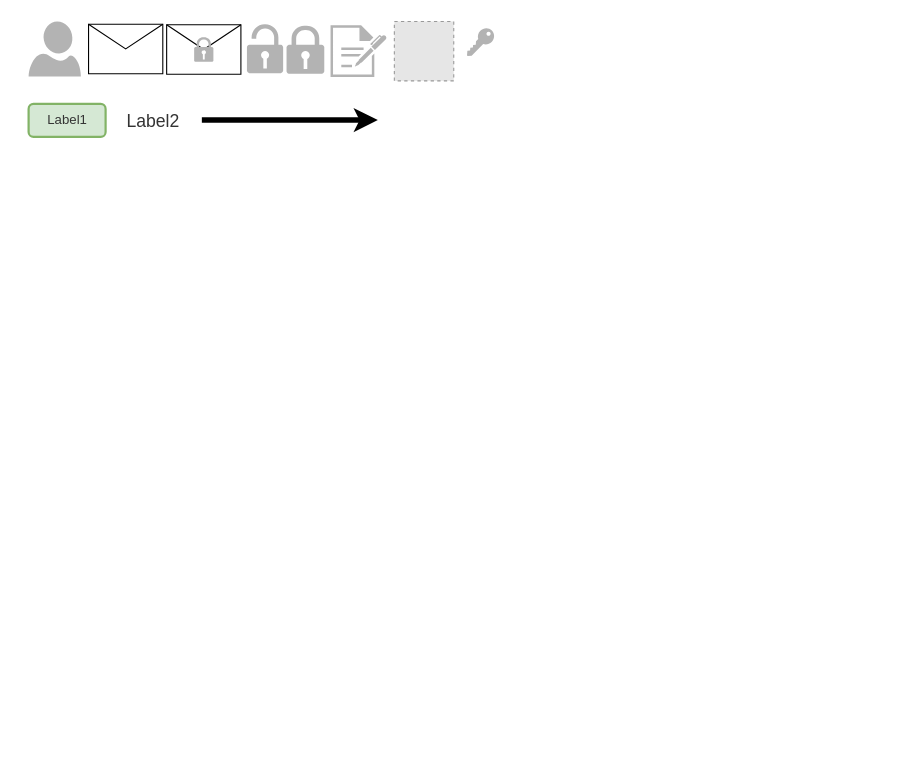
Before: page "encrypt-then-sign" (1 of 2) of sign-then-encrypt_scheme.drawio in eraldss1/diagram-signcryption, a draw.io diagram. Source tidied: cells renumbered, new cells numbered last; positions are measured from the earlier drawing's top-left corner, leaving out a move shared by most shapes. Both pictures are drawn from the tidied source at 110%, with x=0, y=0 at pixel (28, 21). Pictures stored in the file or linked from it are replaced by grey dashed boxes.
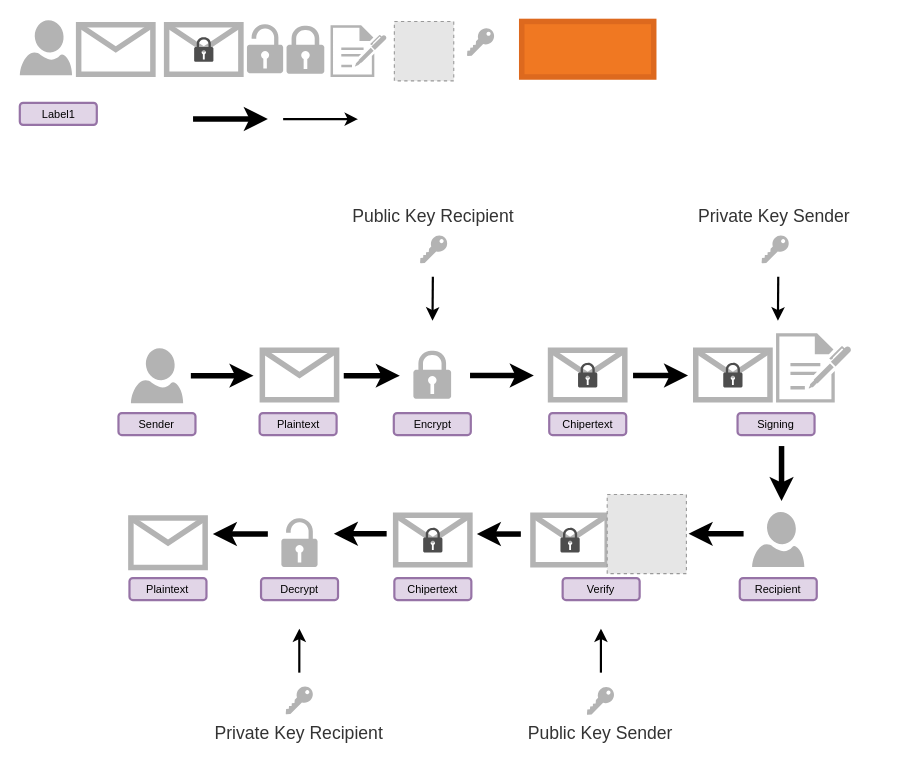
The same diagram, later.

The edit, as a diff of the source:
```diff
@@
-    <mxCell id="2" style="shape=message;html=1;whiteSpace=wrap;html=1;" parent="1" vertex="1">
-      <mxGeometry x="55" y="2.5" width="67.5" height="45" as="geometry" />
-    </mxCell>
+    <mxCell id="15" style="rounded=0;whiteSpace=wrap;html=1;shadow=0;glass=0;labelBorderColor=none;sketch=0;fontSize=10;strokeWidth=5;strokeColor=none;" parent="1" vertex="1">
+      <mxGeometry x="57.2" y="152" width="730.8" height="520" as="geometry" />
+    </mxCell>
     <mxCell id="3" style="verticalLabelPosition=bottom;html=1;verticalAlign=top;align=center;strokeColor=none;fillColor=#B3B3B3;shape=mxgraph.azure.user;" parent="1" vertex="1">
-      <mxGeometry x="0.5" width="47.5" height="50" as="geometry" />
+      <mxGeometry x="-7.5" y="-1" width="47.5" height="50" as="geometry" />
     </mxCell>
-    <mxCell id="4" value="Label1" style="text;html=1;strokeColor=#82b366;fillColor=#d5e8d4;align=center;verticalAlign=middle;whiteSpace=wrap;rounded=1;shadow=0;glass=0;sketch=0;strokeWidth=2;fontColor=#333333;" parent="1" vertex="1">
-      <mxGeometry x="0.5" y="75" width="70" height="30" as="geometry" />
+    <mxCell id="4" value="Label1" style="text;html=1;strokeColor=#9673a6;fillColor=#e1d5e7;align=center;verticalAlign=middle;whiteSpace=wrap;rounded=1;shadow=0;glass=0;sketch=0;strokeWidth=2;fontSize=10;" parent="1" vertex="1">
+      <mxGeometry x="-7.5" y="74" width="70" height="20" as="geometry" />
     </mxCell>
@@
-    <mxCell id="9" style="edgeStyle=segmentEdgeStyle;endArrow=classic;html=1;startSize=6;strokeWidth=5;curved=1;targetPerimeterSpacing=0;" parent="1" edge="1">
+    <mxCell id="9" style="edgeStyle=segmentEdgeStyle;endArrow=classic;html=1;startSize=6;strokeWidth=5;targetPerimeterSpacing=0;rounded=0;" parent="1" edge="1">
       <mxGeometry relative="1" as="geometry">
-        <mxPoint x="158" y="89.7" as="sourcePoint" />
-        <mxPoint x="318" y="89.7" as="targetPoint" />
+        <mxPoint x="150" y="88.7" as="sourcePoint" />
+        <mxPoint x="218" y="89" as="targetPoint" />
       </mxGeometry>
     </mxCell>
-    <mxCell id="10" value="Label2" style="text;html=1;strokeColor=none;fillColor=none;align=center;verticalAlign=middle;whiteSpace=wrap;rounded=0;shadow=0;glass=0;labelBorderColor=none;sketch=0;fontColor=#333333;fontSize=16;" parent="1" vertex="1">
-      <mxGeometry x="84" y="75" width="60" height="30" as="geometry" />
-    </mxCell>
@@
-    <mxCell id="12" style="group;" parent="1" vertex="1">
-      <mxGeometry x="126" y="3" width="67.5" height="45" as="geometry" />
-    </mxCell>
+    <mxCell id="16" style="verticalLabelPosition=bottom;html=1;verticalAlign=top;align=center;strokeColor=none;fillColor=#B3B3B3;shape=mxgraph.azure.user;" parent="1" vertex="1">
+      <mxGeometry x="93.5" y="297" width="47.5" height="50" as="geometry" />
+    </mxCell>
+    <mxCell id="17" style="shape=message;html=1;whiteSpace=wrap;html=1;strokeColor=#B3B3B3;strokeWidth=5;" parent="1" vertex="1">
+      <mxGeometry x="213" y="299" width="67.5" height="45" as="geometry" />
+    </mxCell>
+    <mxCell id="18" style="sketch=0;shadow=0;dashed=0;html=1;strokeColor=none;labelPosition=center;verticalLabelPosition=bottom;verticalAlign=top;align=center;fillColor=#B3B3B3;shape=mxgraph.mscae.enterprise.lock;" parent="1" vertex="1">
+      <mxGeometry x="350.3" y="299" width="34.3" height="44" as="geometry" />
+    </mxCell>
+    <mxCell id="19" style="sketch=0;shadow=0;dashed=0;html=1;strokeColor=none;fillColor=#B3B3B3;labelPosition=center;verticalLabelPosition=bottom;verticalAlign=top;align=center;shape=mxgraph.office.concepts.sign_up;" parent="1" vertex="1">
+      <mxGeometry x="680" y="283.5" width="68.4" height="63" as="geometry" />
+    </mxCell>
+    <mxCell id="20" style="shape=message;html=1;whiteSpace=wrap;html=1;strokeColor=#B3B3B3;strokeWidth=5;" parent="1" vertex="1">
+      <mxGeometry x="46" y="3" width="67.5" height="45" as="geometry" />
+    </mxCell>
+    <mxCell id="21" style="group;" parent="1" vertex="1">
+      <mxGeometry x="126" y="3" width="67.5" height="45" as="geometry" />
+    </mxCell>
-    <mxCell id="13" style="shape=message;html=1;whiteSpace=wrap;html=1;" parent="12" vertex="1">
+    <mxCell id="13" style="shape=message;html=1;whiteSpace=wrap;html=1;strokeWidth=5;strokeColor=#B3B3B3;" parent="21" vertex="1">
       <mxGeometry width="67.5" height="45" as="geometry" />
     </mxCell>
-    <mxCell id="14" style="sketch=0;shadow=0;dashed=0;html=1;strokeColor=none;labelPosition=center;verticalLabelPosition=bottom;verticalAlign=top;align=center;fillColor=#B3B3B3;shape=mxgraph.mscae.enterprise.lock;" parent="12" vertex="1">
+    <mxCell id="14" style="sketch=0;shadow=0;dashed=0;html=1;strokeColor=none;labelPosition=center;verticalLabelPosition=bottom;verticalAlign=top;align=center;fillColor=#4D4D4D;shape=mxgraph.mscae.enterprise.lock;" parent="21" vertex="1">
       <mxGeometry x="25" y="11.2" width="17.5" height="22.5" as="geometry" />
     </mxCell>
+    <mxCell id="22" style="group;" parent="1" vertex="1">
+      <mxGeometry x="475" y="299" width="67.5" height="45" as="geometry" />
+    </mxCell>
+    <mxCell id="23" style="shape=message;html=1;whiteSpace=wrap;html=1;strokeWidth=5;strokeColor=#B3B3B3;" parent="22" vertex="1">
+      <mxGeometry width="67.5" height="45" as="geometry" />
+    </mxCell>
+    <mxCell id="24" style="sketch=0;shadow=0;dashed=0;html=1;strokeColor=none;labelPosition=center;verticalLabelPosition=bottom;verticalAlign=top;align=center;fillColor=#4D4D4D;shape=mxgraph.mscae.enterprise.lock;" parent="22" vertex="1">
+      <mxGeometry x="25" y="11.2" width="17.5" height="22.5" as="geometry" />
+    </mxCell>
+    <mxCell id="25" value="Sender" style="text;html=1;strokeColor=#9673a6;fillColor=#e1d5e7;align=center;verticalAlign=middle;whiteSpace=wrap;rounded=1;shadow=0;glass=0;sketch=0;strokeWidth=2;fontSize=10;" parent="1" vertex="1">
+      <mxGeometry x="82.2" y="356" width="70" height="20" as="geometry" />
+    </mxCell>
+    <mxCell id="26" value="Plaintext" style="text;html=1;strokeColor=#9673a6;fillColor=#e1d5e7;align=center;verticalAlign=middle;whiteSpace=wrap;rounded=1;shadow=0;glass=0;sketch=0;strokeWidth=2;fontSize=10;" parent="1" vertex="1">
+      <mxGeometry x="210.5" y="356" width="70" height="20" as="geometry" />
+    </mxCell>
+    <mxCell id="27" value="Encrypt" style="text;html=1;strokeColor=#9673a6;fillColor=#e1d5e7;align=center;verticalAlign=middle;whiteSpace=wrap;rounded=1;shadow=0;glass=0;sketch=0;strokeWidth=2;fontSize=10;" parent="1" vertex="1">
+      <mxGeometry x="332.5" y="356" width="70" height="20" as="geometry" />
+    </mxCell>
+    <mxCell id="28" value="Chipertext" style="text;html=1;strokeColor=#9673a6;fillColor=#e1d5e7;align=center;verticalAlign=middle;whiteSpace=wrap;rounded=1;shadow=0;glass=0;sketch=0;strokeWidth=2;fontSize=10;" parent="1" vertex="1">
+      <mxGeometry x="473.8" y="356" width="70" height="20" as="geometry" />
+    </mxCell>
+    <mxCell id="29" style="group;" parent="1" vertex="1">
+      <mxGeometry x="607" y="299" width="67.5" height="45" as="geometry" />
+    </mxCell>
+    <mxCell id="30" style="shape=message;html=1;whiteSpace=wrap;html=1;strokeWidth=5;strokeColor=#B3B3B3;" parent="29" vertex="1">
+      <mxGeometry width="67.5" height="45" as="geometry" />
+    </mxCell>
+    <mxCell id="31" style="sketch=0;shadow=0;dashed=0;html=1;strokeColor=none;labelPosition=center;verticalLabelPosition=bottom;verticalAlign=top;align=center;fillColor=#4D4D4D;shape=mxgraph.mscae.enterprise.lock;" parent="29" vertex="1">
+      <mxGeometry x="25" y="11.2" width="17.5" height="22.5" as="geometry" />
+    </mxCell>
+    <mxCell id="32" value="Signing" style="text;html=1;strokeColor=#9673a6;fillColor=#e1d5e7;align=center;verticalAlign=middle;whiteSpace=wrap;rounded=1;shadow=0;glass=0;sketch=0;strokeWidth=2;fontSize=10;" parent="1" vertex="1">
+      <mxGeometry x="645" y="356" width="70" height="20" as="geometry" />
+    </mxCell>
+    <mxCell id="33" style="verticalLabelPosition=bottom;html=1;verticalAlign=top;align=center;strokeColor=none;fillColor=#B3B3B3;shape=mxgraph.azure.user;" parent="1" vertex="1">
+      <mxGeometry x="658.2" y="446" width="47.5" height="50" as="geometry" />
+    </mxCell>
+    <mxCell id="34" style="group;" parent="1" vertex="1">
+      <mxGeometry x="459" y="449" width="67.5" height="45" as="geometry" />
+    </mxCell>
+    <mxCell id="35" style="shape=message;html=1;whiteSpace=wrap;html=1;strokeWidth=5;strokeColor=#B3B3B3;" parent="34" vertex="1">
+      <mxGeometry width="67.5" height="45" as="geometry" />
+    </mxCell>
+    <mxCell id="36" style="sketch=0;shadow=0;dashed=0;html=1;strokeColor=none;labelPosition=center;verticalLabelPosition=bottom;verticalAlign=top;align=center;fillColor=#4D4D4D;shape=mxgraph.mscae.enterprise.lock;" parent="34" vertex="1">
+      <mxGeometry x="25" y="11.2" width="17.5" height="22.5" as="geometry" />
+    </mxCell>
+    <mxCell id="37" style="fillColor=#E6E6E6;strokeColor=#999999;dashed=1;verticalLabelPosition=bottom;verticalAlign=top;" parent="1" vertex="1">
+      <mxGeometry x="526.5" y="430" width="72" height="72" as="geometry" />
+    </mxCell>
+    <mxCell id="38" style="group;" parent="1" vertex="1">
+      <mxGeometry x="334.2" y="449" width="67.5" height="45" as="geometry" />
+    </mxCell>
+    <mxCell id="39" style="shape=message;html=1;whiteSpace=wrap;html=1;strokeWidth=5;strokeColor=#B3B3B3;" parent="38" vertex="1">
+      <mxGeometry width="67.5" height="45" as="geometry" />
+    </mxCell>
+    <mxCell id="40" style="sketch=0;shadow=0;dashed=0;html=1;strokeColor=none;labelPosition=center;verticalLabelPosition=bottom;verticalAlign=top;align=center;fillColor=#4D4D4D;shape=mxgraph.mscae.enterprise.lock;" parent="38" vertex="1">
+      <mxGeometry x="25" y="11.2" width="17.5" height="22.5" as="geometry" />
+    </mxCell>
+    <mxCell id="41" value="Verify" style="text;html=1;strokeColor=#9673a6;fillColor=#e1d5e7;align=center;verticalAlign=middle;whiteSpace=wrap;rounded=1;shadow=0;glass=0;sketch=0;strokeWidth=2;fontSize=10;" parent="1" vertex="1">
+      <mxGeometry x="486" y="506" width="70" height="20" as="geometry" />
+    </mxCell>
+    <mxCell id="42" style="sketch=0;shadow=0;dashed=0;html=1;strokeColor=none;labelPosition=center;verticalLabelPosition=bottom;verticalAlign=top;align=center;fillColor=#B3B3B3;shape=mxgraph.mscae.enterprise.lock_unlocked;" parent="1" vertex="1">
+      <mxGeometry x="230.3" y="451.5" width="32.9" height="44.5" as="geometry" />
+    </mxCell>
+    <mxCell id="43" style="shape=message;html=1;whiteSpace=wrap;html=1;strokeColor=#B3B3B3;strokeWidth=5;" parent="1" vertex="1">
+      <mxGeometry x="93.5" y="451.5" width="67.5" height="45" as="geometry" />
+    </mxCell>
+    <mxCell id="44" value="Recipient" style="text;html=1;strokeColor=#9673a6;fillColor=#e1d5e7;align=center;verticalAlign=middle;whiteSpace=wrap;rounded=1;shadow=0;glass=0;sketch=0;strokeWidth=2;fontSize=10;" parent="1" vertex="1">
+      <mxGeometry x="647" y="506" width="70" height="20" as="geometry" />
+    </mxCell>
+    <mxCell id="45" value="Chipertext" style="text;html=1;strokeColor=#9673a6;fillColor=#e1d5e7;align=center;verticalAlign=middle;whiteSpace=wrap;rounded=1;shadow=0;glass=0;sketch=0;strokeWidth=2;fontSize=10;" parent="1" vertex="1">
+      <mxGeometry x="333" y="506" width="70" height="20" as="geometry" />
+    </mxCell>
+    <mxCell id="46" value="Decrypt" style="text;html=1;strokeColor=#9673a6;fillColor=#e1d5e7;align=center;verticalAlign=middle;whiteSpace=wrap;rounded=1;shadow=0;glass=0;sketch=0;strokeWidth=2;fontSize=10;" parent="1" vertex="1">
+      <mxGeometry x="211.8" y="506" width="70" height="20" as="geometry" />
+    </mxCell>
+    <mxCell id="47" value="Plaintext" style="text;html=1;strokeColor=#9673a6;fillColor=#e1d5e7;align=center;verticalAlign=middle;whiteSpace=wrap;rounded=1;shadow=0;glass=0;sketch=0;strokeWidth=2;fontSize=10;" parent="1" vertex="1">
+      <mxGeometry x="92.2" y="506" width="70" height="20" as="geometry" />
+    </mxCell>
+    <mxCell id="48" style="edgeStyle=segmentEdgeStyle;endArrow=classic;html=1;startSize=6;strokeWidth=5;targetPerimeterSpacing=0;rounded=0;strokeColor=default;" parent="1" edge="1">
+      <mxGeometry relative="1" as="geometry">
+        <mxPoint x="148" y="322" as="sourcePoint" />
+        <mxPoint x="205" y="322" as="targetPoint" />
+      </mxGeometry>
+    </mxCell>
+    <mxCell id="49" style="edgeStyle=segmentEdgeStyle;endArrow=classic;html=1;startSize=6;strokeWidth=5;targetPerimeterSpacing=0;rounded=0;strokeColor=default;" parent="1" edge="1">
+      <mxGeometry relative="1" as="geometry">
+        <mxPoint x="287" y="322" as="sourcePoint" />
+        <mxPoint x="338" y="322" as="targetPoint" />
+      </mxGeometry>
+    </mxCell>
+    <mxCell id="50" style="edgeStyle=segmentEdgeStyle;endArrow=classic;html=1;startSize=6;strokeWidth=5;targetPerimeterSpacing=0;rounded=0;strokeColor=default;" parent="1" edge="1">
+      <mxGeometry relative="1" as="geometry">
+        <mxPoint x="401.8" y="321.8" as="sourcePoint" />
+        <mxPoint x="459.8" y="321.8" as="targetPoint" />
+      </mxGeometry>
+    </mxCell>
+    <mxCell id="51" style="edgeStyle=segmentEdgeStyle;endArrow=classic;html=1;startSize=6;strokeWidth=5;targetPerimeterSpacing=0;rounded=0;strokeColor=default;" parent="1" edge="1">
+      <mxGeometry relative="1" as="geometry">
+        <mxPoint x="550" y="321.9" as="sourcePoint" />
+        <mxPoint x="600" y="321.9" as="targetPoint" />
+      </mxGeometry>
+    </mxCell>
+    <mxCell id="52" style="edgeStyle=segmentEdgeStyle;endArrow=classic;html=1;startSize=6;strokeWidth=5;targetPerimeterSpacing=0;rounded=0;strokeColor=default;" parent="1" edge="1">
+      <mxGeometry relative="1" as="geometry">
+        <mxPoint x="685" y="386" as="sourcePoint" />
+        <mxPoint x="685" y="436" as="targetPoint" />
+      </mxGeometry>
+    </mxCell>
+    <mxCell id="53" style="edgeStyle=segmentEdgeStyle;endArrow=classic;html=1;startSize=6;strokeWidth=5;targetPerimeterSpacing=0;rounded=0;strokeColor=default;" parent="1" edge="1">
+      <mxGeometry relative="1" as="geometry">
+        <mxPoint x="650.5" y="465.8" as="sourcePoint" />
+        <mxPoint x="600.5" y="465.8" as="targetPoint" />
+      </mxGeometry>
+    </mxCell>
+    <mxCell id="54" style="edgeStyle=segmentEdgeStyle;endArrow=classic;html=1;startSize=6;strokeWidth=5;targetPerimeterSpacing=0;rounded=0;strokeColor=default;" parent="1" edge="1">
+      <mxGeometry relative="1" as="geometry">
+        <mxPoint x="448" y="466" as="sourcePoint" />
+        <mxPoint x="408" y="466.3" as="targetPoint" />
+      </mxGeometry>
+    </mxCell>
+    <mxCell id="55" style="edgeStyle=segmentEdgeStyle;endArrow=classic;html=1;startSize=6;strokeWidth=5;targetPerimeterSpacing=0;rounded=0;strokeColor=default;" parent="1" edge="1">
+      <mxGeometry relative="1" as="geometry">
+        <mxPoint x="326" y="465.7" as="sourcePoint" />
+        <mxPoint x="278" y="466" as="targetPoint" />
+      </mxGeometry>
+    </mxCell>
+    <mxCell id="56" style="edgeStyle=segmentEdgeStyle;endArrow=classic;html=1;startSize=6;strokeWidth=5;targetPerimeterSpacing=0;rounded=0;strokeColor=default;" parent="1" edge="1">
+      <mxGeometry relative="1" as="geometry">
+        <mxPoint x="218" y="466" as="sourcePoint" />
+        <mxPoint x="168" y="466" as="targetPoint" />
+      </mxGeometry>
+    </mxCell>
+    <mxCell id="57" style="rounded=0;whiteSpace=wrap;html=1;shadow=0;glass=0;labelBorderColor=none;sketch=0;fontSize=10;fontColor=#333333;strokeColor=#DD691E;strokeWidth=5;fillColor=#F07822;gradientColor=none;" parent="1" vertex="1">
+      <mxGeometry x="448.8" width="120" height="50.5" as="geometry" />
+    </mxCell>
+    <mxCell id="58" style="edgeStyle=segmentEdgeStyle;endArrow=classic;html=1;startSize=6;strokeWidth=2;targetPerimeterSpacing=0;rounded=0;" parent="1" edge="1">
+      <mxGeometry relative="1" as="geometry">
+        <mxPoint x="231.9" y="88.8" as="sourcePoint" />
+        <mxPoint x="299.9" y="89.1" as="targetPoint" />
+      </mxGeometry>
+    </mxCell>
+    <mxCell id="59" style="edgeStyle=segmentEdgeStyle;endArrow=classic;html=1;startSize=6;strokeWidth=2;targetPerimeterSpacing=0;rounded=0;" parent="1" edge="1">
+      <mxGeometry relative="1" as="geometry">
+        <mxPoint x="368" y="232" as="sourcePoint" />
+        <mxPoint x="367.7" y="272" as="targetPoint" />
+      </mxGeometry>
+    </mxCell>
+    <mxCell id="60" style="edgeStyle=segmentEdgeStyle;endArrow=classic;html=1;startSize=6;strokeWidth=2;targetPerimeterSpacing=0;rounded=0;" parent="1" edge="1">
+      <mxGeometry relative="1" as="geometry">
+        <mxPoint x="682" y="232" as="sourcePoint" />
+        <mxPoint x="681.7" y="272" as="targetPoint" />
+      </mxGeometry>
+    </mxCell>
+    <mxCell id="61" style="edgeStyle=segmentEdgeStyle;endArrow=classic;html=1;startSize=6;strokeWidth=2;targetPerimeterSpacing=0;rounded=0;" parent="1" edge="1">
+      <mxGeometry relative="1" as="geometry">
+        <mxPoint x="246.6" y="592" as="sourcePoint" />
+        <mxPoint x="246.6" y="552" as="targetPoint" />
+      </mxGeometry>
+    </mxCell>
+    <mxCell id="62" style="edgeStyle=segmentEdgeStyle;endArrow=classic;html=1;startSize=6;strokeWidth=2;targetPerimeterSpacing=0;rounded=0;" parent="1" edge="1">
+      <mxGeometry relative="1" as="geometry">
+        <mxPoint x="520.8" y="592" as="sourcePoint" />
+        <mxPoint x="520.8" y="552" as="targetPoint" />
+      </mxGeometry>
+    </mxCell>
+    <mxCell id="63" style="group;" parent="1" vertex="1">
+      <mxGeometry x="257.5" y="162" width="221" height="62.6" as="geometry" />
+    </mxCell>
+    <mxCell id="10" value="Public Key Recipient" style="text;html=1;strokeColor=none;fillColor=none;align=center;verticalAlign=middle;whiteSpace=wrap;rounded=0;shadow=0;glass=0;labelBorderColor=none;sketch=0;fontColor=#333333;fontSize=16;" parent="63" vertex="1">
+      <mxGeometry width="221" height="30" as="geometry" />
+    </mxCell>
+    <mxCell id="64" style="verticalLabelPosition=bottom;sketch=0;html=1;verticalAlign=top;align=center;shape=mxgraph.cisco19.key;fillColor=#B3B3B3;strokeColor=none;direction=south;rotation=45;strokeWidth=1;perimeterSpacing=0;" parent="63" vertex="1">
+      <mxGeometry x="102.8" y="30" width="14.5" height="32.2" as="geometry" />
+    </mxCell>
+    <mxCell id="65" style="group;" parent="1" vertex="1">
+      <mxGeometry x="568" y="162" width="221" height="62.6" as="geometry" />
+    </mxCell>
+    <mxCell id="66" value="Private Key Sender" style="text;html=1;strokeColor=none;fillColor=none;align=center;verticalAlign=middle;whiteSpace=wrap;rounded=0;shadow=0;glass=0;labelBorderColor=none;sketch=0;fontColor=#333333;fontSize=16;" parent="65" vertex="1">
+      <mxGeometry width="221" height="30" as="geometry" />
+    </mxCell>
+    <mxCell id="67" style="verticalLabelPosition=bottom;sketch=0;html=1;verticalAlign=top;align=center;shape=mxgraph.cisco19.key;fillColor=#B3B3B3;strokeColor=none;direction=south;rotation=45;strokeWidth=1;perimeterSpacing=0;" parent="65" vertex="1">
+      <mxGeometry x="102.8" y="30" width="14.5" height="32.2" as="geometry" />
+    </mxCell>
+    <mxCell id="68" style="group;" parent="1" vertex="1">
+      <mxGeometry x="136.2" y="601.6" width="221" height="60.4" as="geometry" />
+    </mxCell>
+    <mxCell id="69" value="Private Key Recipient" style="text;html=1;strokeColor=none;fillColor=none;align=center;verticalAlign=middle;whiteSpace=wrap;rounded=0;shadow=0;glass=0;labelBorderColor=none;sketch=0;fontColor=#333333;fontSize=16;" parent="68" vertex="1">
+      <mxGeometry y="30.4" width="221" height="30" as="geometry" />
+    </mxCell>
+    <mxCell id="70" style="verticalLabelPosition=bottom;sketch=0;html=1;verticalAlign=top;align=center;shape=mxgraph.cisco19.key;fillColor=#B3B3B3;strokeColor=none;direction=south;rotation=45;strokeWidth=1;perimeterSpacing=0;" parent="68" vertex="1">
+      <mxGeometry x="102" y="0.4" width="14.5" height="32.2" as="geometry" />
+    </mxCell>
+    <mxCell id="71" style="group;" parent="1" vertex="1">
+      <mxGeometry x="410" y="602" width="221" height="60.4" as="geometry" />
+    </mxCell>
+    <mxCell id="72" value="Public Key Sender" style="text;html=1;strokeColor=none;fillColor=none;align=center;verticalAlign=middle;whiteSpace=wrap;rounded=0;shadow=0;glass=0;labelBorderColor=none;sketch=0;fontColor=#333333;fontSize=16;" parent="71" vertex="1">
+      <mxGeometry y="30.4" width="221" height="30" as="geometry" />
+    </mxCell>
+    <mxCell id="73" style="verticalLabelPosition=bottom;sketch=0;html=1;verticalAlign=top;align=center;shape=mxgraph.cisco19.key;fillColor=#B3B3B3;strokeColor=none;direction=south;rotation=45;strokeWidth=1;perimeterSpacing=0;" parent="71" vertex="1">
+      <mxGeometry x="102" y="0.4" width="14.5" height="32.2" as="geometry" />
+    </mxCell>
```
